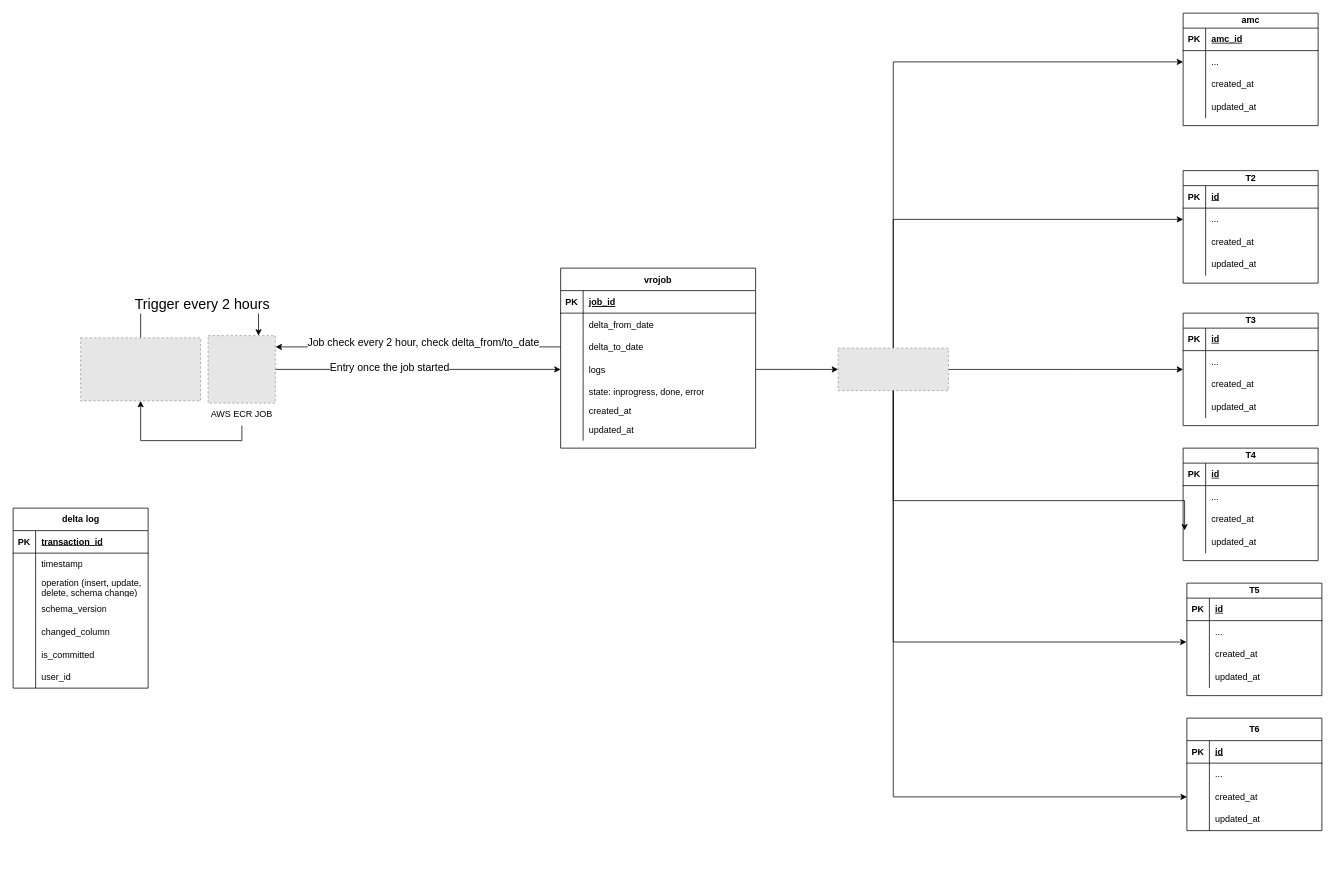
The draw.io diagram vro db diagram.drawio in jorawarsinghcapgemini/drawio, before the edit. Source tidied: cells renumbered, new cells numbered last; positions are measured from the earlier drawing's top-left corner, leaving out a move shared by most shapes. Both pictures are drawn from the tidied source at 75%, with x=0, y=0 at pixel (13, 13). Pictures stored in the file or linked from it are replaced by grey dashed boxes.
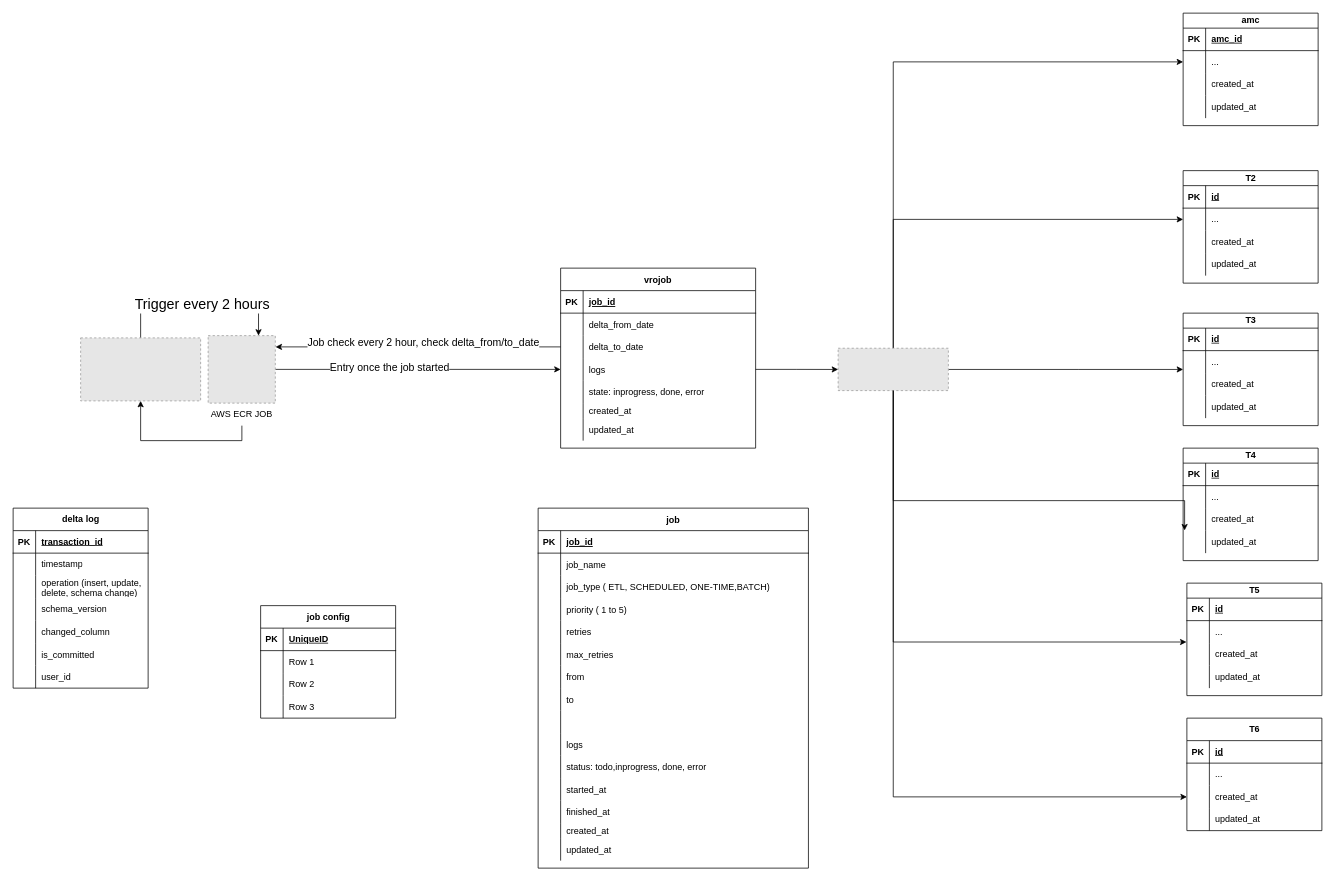
The same diagram, later.

Commit message:
added job table

The edit, as a diff of the source:
```diff
@@
+    <mxCell id="142" value="job" style="shape=table;startSize=30;childLayout=tableLayout;rowLines=0;fontStyle=1;align=center;" parent="1" vertex="1">
+      <mxGeometry x="700" y="660" width="360.4" height="480" as="geometry" />
+    </mxCell>
+    <mxCell id="143" style="shape=partialRectangle;fillColor=none;top=0;left=0;right=0;bottom=1;" parent="142" vertex="1">
+      <mxGeometry y="30" width="360.4" height="30" as="geometry" />
+    </mxCell>
+    <mxCell id="144" value="PK" style="shape=partialRectangle;overflow=hidden;fillColor=none;top=0;left=0;bottom=0;right=0;fontStyle=1;" parent="143" vertex="1">
+      <mxGeometry width="30" height="30" as="geometry" />
+    </mxCell>
+    <mxCell id="145" value="job_id" style="shape=partialRectangle;overflow=hidden;fillColor=none;top=0;left=0;bottom=0;right=0;align=left;spacingLeft=6;fontStyle=5;" parent="143" vertex="1">
+      <mxGeometry x="30" width="330.4" height="30" as="geometry" />
+    </mxCell>
+    <mxCell id="146" style="shape=tableRow;horizontal=0;startSize=0;swimlaneHead=0;swimlaneBody=0;fillColor=none;top=0;left=0;right=0;bottom=0;" parent="142" vertex="1">
+      <mxGeometry y="60" width="360.4" height="30" as="geometry" />
+    </mxCell>
+    <mxCell id="147" style="shape=partialRectangle;fillColor=none;top=0;left=0;bottom=0;right=0;overflow=hidden;" parent="146" vertex="1">
+      <mxGeometry width="30" height="30" as="geometry" />
+    </mxCell>
+    <mxCell id="148" value="job_name" style="shape=partialRectangle;fillColor=none;top=0;left=0;bottom=0;right=0;align=left;spacingLeft=6;overflow=hidden;" parent="146" vertex="1">
+      <mxGeometry x="30" width="330.4" height="30" as="geometry" />
+    </mxCell>
+    <mxCell id="149" style="shape=tableRow;horizontal=0;startSize=0;swimlaneHead=0;swimlaneBody=0;fillColor=none;top=0;left=0;right=0;bottom=0;" parent="142" vertex="1">
+      <mxGeometry y="90" width="360.4" height="30" as="geometry" />
+    </mxCell>
+    <mxCell id="150" style="shape=partialRectangle;fillColor=none;top=0;left=0;bottom=0;right=0;overflow=hidden;" parent="149" vertex="1">
+      <mxGeometry width="30" height="30" as="geometry" />
+    </mxCell>
+    <mxCell id="151" value="job_type ( ETL, SCHEDULED, ONE-TIME,BATCH)" style="shape=partialRectangle;fillColor=none;top=0;left=0;bottom=0;right=0;align=left;spacingLeft=6;overflow=hidden;" parent="149" vertex="1">
+      <mxGeometry x="30" width="330.4" height="30" as="geometry" />
+    </mxCell>
+    <mxCell id="152" style="shape=tableRow;horizontal=0;startSize=0;swimlaneHead=0;swimlaneBody=0;fillColor=none;top=0;left=0;right=0;bottom=0;" parent="142" vertex="1">
+      <mxGeometry y="120" width="360.4" height="30" as="geometry" />
+    </mxCell>
+    <mxCell id="153" style="shape=partialRectangle;fillColor=none;top=0;left=0;bottom=0;right=0;overflow=hidden;" parent="152" vertex="1">
+      <mxGeometry width="30" height="30" as="geometry" />
+    </mxCell>
+    <mxCell id="154" value="priority ( 1 to 5) " style="shape=partialRectangle;fillColor=none;top=0;left=0;bottom=0;right=0;align=left;spacingLeft=6;overflow=hidden;" parent="152" vertex="1">
+      <mxGeometry x="30" width="330.4" height="30" as="geometry" />
+    </mxCell>
+    <mxCell id="155" style="shape=tableRow;horizontal=0;startSize=0;swimlaneHead=0;swimlaneBody=0;fillColor=none;top=0;left=0;right=0;bottom=0;" parent="142" vertex="1">
+      <mxGeometry y="150" width="360.4" height="30" as="geometry" />
+    </mxCell>
+    <mxCell id="156" style="shape=partialRectangle;fillColor=none;top=0;left=0;bottom=0;right=0;overflow=hidden;" parent="155" vertex="1">
+      <mxGeometry width="30" height="30" as="geometry" />
+    </mxCell>
+    <mxCell id="157" value="retries" style="shape=partialRectangle;fillColor=none;top=0;left=0;bottom=0;right=0;align=left;spacingLeft=6;overflow=hidden;" parent="155" vertex="1">
+      <mxGeometry x="30" width="330.4" height="30" as="geometry" />
+    </mxCell>
+    <mxCell id="158" style="shape=tableRow;horizontal=0;startSize=0;swimlaneHead=0;swimlaneBody=0;fillColor=none;top=0;left=0;right=0;bottom=0;" parent="142" vertex="1">
+      <mxGeometry y="180" width="360.4" height="30" as="geometry" />
+    </mxCell>
+    <mxCell id="159" style="shape=partialRectangle;fillColor=none;top=0;left=0;bottom=0;right=0;overflow=hidden;" parent="158" vertex="1">
+      <mxGeometry width="30" height="30" as="geometry" />
+    </mxCell>
+    <mxCell id="160" value="max_retries" style="shape=partialRectangle;fillColor=none;top=0;left=0;bottom=0;right=0;align=left;spacingLeft=6;overflow=hidden;" parent="158" vertex="1">
+      <mxGeometry x="30" width="330.4" height="30" as="geometry" />
+    </mxCell>
+    <mxCell id="161" style="shape=partialRectangle;fillColor=none;top=0;left=0;right=0;bottom=0;" parent="142" vertex="1">
+      <mxGeometry y="210" width="360.4" height="30" as="geometry" />
+    </mxCell>
+    <mxCell id="162" style="shape=partialRectangle;overflow=hidden;fillColor=none;top=0;left=0;bottom=0;right=0;" parent="161" vertex="1">
+      <mxGeometry width="30" height="30" as="geometry" />
+    </mxCell>
+    <mxCell id="163" value="from" style="shape=partialRectangle;overflow=hidden;fillColor=none;top=0;left=0;bottom=0;right=0;align=left;spacingLeft=6;" parent="161" vertex="1">
+      <mxGeometry x="30" width="330.4" height="30" as="geometry" />
+    </mxCell>
+    <mxCell id="164" style="shape=partialRectangle;fillColor=none;top=0;left=0;right=0;bottom=0;" parent="142" vertex="1">
+      <mxGeometry y="240" width="360.4" height="30" as="geometry" />
+    </mxCell>
+    <mxCell id="165" style="shape=partialRectangle;overflow=hidden;fillColor=none;top=0;left=0;bottom=0;right=0;" parent="164" vertex="1">
+      <mxGeometry width="30" height="30" as="geometry" />
+    </mxCell>
+    <mxCell id="166" value="to" style="shape=partialRectangle;overflow=hidden;fillColor=none;top=0;left=0;bottom=0;right=0;align=left;spacingLeft=6;" parent="164" vertex="1">
+      <mxGeometry x="30" width="330.4" height="30" as="geometry" />
+    </mxCell>
+    <mxCell id="167" style="shape=tableRow;horizontal=0;startSize=0;swimlaneHead=0;swimlaneBody=0;fillColor=none;top=0;left=0;right=0;bottom=0;" parent="142" vertex="1">
+      <mxGeometry y="270" width="360.4" height="30" as="geometry" />
+    </mxCell>
+    <mxCell id="168" style="shape=partialRectangle;fillColor=none;top=0;left=0;bottom=0;right=0;overflow=hidden;" parent="167" vertex="1">
+      <mxGeometry width="30" height="30" as="geometry" />
+    </mxCell>
+    <mxCell id="169" style="shape=partialRectangle;fillColor=none;top=0;left=0;bottom=0;right=0;align=left;spacingLeft=6;overflow=hidden;" parent="167" vertex="1">
+      <mxGeometry x="30" width="330.4" height="30" as="geometry" />
+    </mxCell>
+    <mxCell id="170" style="shape=tableRow;horizontal=0;startSize=0;swimlaneHead=0;swimlaneBody=0;fillColor=none;top=0;left=0;right=0;bottom=0;" parent="142" vertex="1">
+      <mxGeometry y="300" width="360.4" height="30" as="geometry" />
+    </mxCell>
+    <mxCell id="171" style="shape=partialRectangle;fillColor=none;top=0;left=0;bottom=0;right=0;overflow=hidden;" parent="170" vertex="1">
+      <mxGeometry width="30" height="30" as="geometry" />
+    </mxCell>
+    <mxCell id="172" value="logs" style="shape=partialRectangle;fillColor=none;top=0;left=0;bottom=0;right=0;align=left;spacingLeft=6;overflow=hidden;" parent="170" vertex="1">
+      <mxGeometry x="30" width="330.4" height="30" as="geometry" />
+    </mxCell>
+    <mxCell id="173" style="shape=tableRow;horizontal=0;startSize=0;swimlaneHead=0;swimlaneBody=0;fillColor=none;top=0;left=0;right=0;bottom=0;" parent="142" vertex="1">
+      <mxGeometry y="330" width="360.4" height="30" as="geometry" />
+    </mxCell>
+    <mxCell id="174" style="shape=partialRectangle;fillColor=none;top=0;left=0;bottom=0;right=0;overflow=hidden;" parent="173" vertex="1">
+      <mxGeometry width="30" height="30" as="geometry" />
+    </mxCell>
+    <mxCell id="175" value="status: todo,inprogress, done, error" style="shape=partialRectangle;fillColor=none;top=0;left=0;bottom=0;right=0;align=left;spacingLeft=6;overflow=hidden;" parent="173" vertex="1">
+      <mxGeometry x="30" width="330.4" height="30" as="geometry" />
+    </mxCell>
+    <mxCell id="176" style="shape=tableRow;horizontal=0;startSize=0;swimlaneHead=0;swimlaneBody=0;fillColor=none;top=0;left=0;right=0;bottom=0;" parent="142" vertex="1">
+      <mxGeometry y="360" width="360.4" height="30" as="geometry" />
+    </mxCell>
+    <mxCell id="177" style="shape=partialRectangle;fillColor=none;top=0;left=0;bottom=0;right=0;overflow=hidden;" parent="176" vertex="1">
+      <mxGeometry width="30" height="30" as="geometry" />
+    </mxCell>
+    <mxCell id="178" value="started_at" style="shape=partialRectangle;fillColor=none;top=0;left=0;bottom=0;right=0;align=left;spacingLeft=6;overflow=hidden;" parent="176" vertex="1">
+      <mxGeometry x="30" width="330.4" height="30" as="geometry" />
+    </mxCell>
+    <mxCell id="179" style="shape=tableRow;horizontal=0;startSize=0;swimlaneHead=0;swimlaneBody=0;fillColor=none;top=0;left=0;right=0;bottom=0;" parent="142" vertex="1">
+      <mxGeometry y="390" width="360.4" height="30" as="geometry" />
+    </mxCell>
+    <mxCell id="180" style="shape=partialRectangle;fillColor=none;top=0;left=0;bottom=0;right=0;overflow=hidden;" parent="179" vertex="1">
+      <mxGeometry width="30" height="30" as="geometry" />
+    </mxCell>
+    <mxCell id="181" value="finished_at" style="shape=partialRectangle;fillColor=none;top=0;left=0;bottom=0;right=0;align=left;spacingLeft=6;overflow=hidden;" parent="179" vertex="1">
+      <mxGeometry x="30" width="330.4" height="30" as="geometry" />
+    </mxCell>
+    <mxCell id="182" style="shape=tableRow;horizontal=0;startSize=0;swimlaneHead=0;swimlaneBody=0;fillColor=none;top=0;left=0;right=0;bottom=0;" parent="142" vertex="1">
+      <mxGeometry y="420" width="360.4" height="20" as="geometry" />
+    </mxCell>
+    <mxCell id="183" style="shape=partialRectangle;fillColor=none;top=0;left=0;bottom=0;right=0;overflow=hidden;" parent="182" vertex="1">
+      <mxGeometry width="30" height="20" as="geometry" />
+    </mxCell>
+    <mxCell id="184" value="created_at" style="shape=partialRectangle;fillColor=none;top=0;left=0;bottom=0;right=0;align=left;spacingLeft=6;overflow=hidden;" parent="182" vertex="1">
+      <mxGeometry x="30" width="330.4" height="20" as="geometry" />
+    </mxCell>
+    <mxCell id="185" style="shape=tableRow;horizontal=0;startSize=0;swimlaneHead=0;swimlaneBody=0;fillColor=none;top=0;left=0;right=0;bottom=0;" parent="142" vertex="1">
+      <mxGeometry y="440" width="360.4" height="30" as="geometry" />
+    </mxCell>
+    <mxCell id="186" style="shape=partialRectangle;fillColor=none;top=0;left=0;bottom=0;right=0;overflow=hidden;" parent="185" vertex="1">
+      <mxGeometry width="30" height="30" as="geometry" />
+    </mxCell>
+    <mxCell id="187" value="updated_at" style="shape=partialRectangle;fillColor=none;top=0;left=0;bottom=0;right=0;align=left;spacingLeft=6;overflow=hidden;" parent="185" vertex="1">
+      <mxGeometry x="30" width="330.4" height="30" as="geometry" />
+    </mxCell>
+    <mxCell id="188" value="job config" style="shape=table;startSize=30;childLayout=tableLayout;rowLines=0;fontStyle=1;align=center;html=1;" parent="1" vertex="1">
+      <mxGeometry x="330" y="790" width="180" height="150" as="geometry" />
+    </mxCell>
+    <mxCell id="189" style="shape=tableRow;horizontal=0;startSize=0;swimlaneHead=0;swimlaneBody=0;fillColor=none;top=0;left=0;right=0;bottom=1;" parent="188" vertex="1">
+      <mxGeometry y="30" width="180" height="30" as="geometry" />
+    </mxCell>
+    <mxCell id="190" value="PK" style="shape=partialRectangle;fillColor=none;top=0;left=0;bottom=0;right=0;fontStyle=1;overflow=hidden;whiteSpace=wrap;html=1;" parent="189" vertex="1">
+      <mxGeometry width="30" height="30" as="geometry" />
+    </mxCell>
+    <mxCell id="191" value="UniqueID" style="shape=partialRectangle;fillColor=none;top=0;left=0;bottom=0;right=0;align=left;spacingLeft=6;fontStyle=5;overflow=hidden;whiteSpace=wrap;html=1;" parent="189" vertex="1">
+      <mxGeometry x="30" width="150" height="30" as="geometry" />
+    </mxCell>
+    <mxCell id="192" style="shape=tableRow;horizontal=0;startSize=0;swimlaneHead=0;swimlaneBody=0;fillColor=none;top=0;left=0;right=0;bottom=0;" parent="188" vertex="1">
+      <mxGeometry y="60" width="180" height="30" as="geometry" />
+    </mxCell>
+    <mxCell id="193" style="shape=partialRectangle;fillColor=none;top=0;left=0;bottom=0;right=0;overflow=hidden;whiteSpace=wrap;html=1;" parent="192" vertex="1">
+      <mxGeometry width="30" height="30" as="geometry" />
+    </mxCell>
+    <mxCell id="194" value="Row 1" style="shape=partialRectangle;fillColor=none;top=0;left=0;bottom=0;right=0;align=left;spacingLeft=6;overflow=hidden;whiteSpace=wrap;html=1;" parent="192" vertex="1">
+      <mxGeometry x="30" width="150" height="30" as="geometry" />
+    </mxCell>
+    <mxCell id="195" style="shape=tableRow;horizontal=0;startSize=0;swimlaneHead=0;swimlaneBody=0;fillColor=none;top=0;left=0;right=0;bottom=0;" parent="188" vertex="1">
+      <mxGeometry y="90" width="180" height="30" as="geometry" />
+    </mxCell>
+    <mxCell id="196" style="shape=partialRectangle;fillColor=none;top=0;left=0;bottom=0;right=0;overflow=hidden;whiteSpace=wrap;html=1;" parent="195" vertex="1">
+      <mxGeometry width="30" height="30" as="geometry" />
+    </mxCell>
+    <mxCell id="197" value="Row 2" style="shape=partialRectangle;fillColor=none;top=0;left=0;bottom=0;right=0;align=left;spacingLeft=6;overflow=hidden;whiteSpace=wrap;html=1;" parent="195" vertex="1">
+      <mxGeometry x="30" width="150" height="30" as="geometry" />
+    </mxCell>
+    <mxCell id="198" style="shape=tableRow;horizontal=0;startSize=0;swimlaneHead=0;swimlaneBody=0;fillColor=none;top=0;left=0;right=0;bottom=0;" parent="188" vertex="1">
+      <mxGeometry y="120" width="180" height="30" as="geometry" />
+    </mxCell>
+    <mxCell id="199" style="shape=partialRectangle;fillColor=none;top=0;left=0;bottom=0;right=0;overflow=hidden;whiteSpace=wrap;html=1;" parent="198" vertex="1">
+      <mxGeometry width="30" height="30" as="geometry" />
+    </mxCell>
+    <mxCell id="200" value="Row 3" style="shape=partialRectangle;fillColor=none;top=0;left=0;bottom=0;right=0;align=left;spacingLeft=6;overflow=hidden;whiteSpace=wrap;html=1;" parent="198" vertex="1">
+      <mxGeometry x="30" width="150" height="30" as="geometry" />
+    </mxCell>
```
